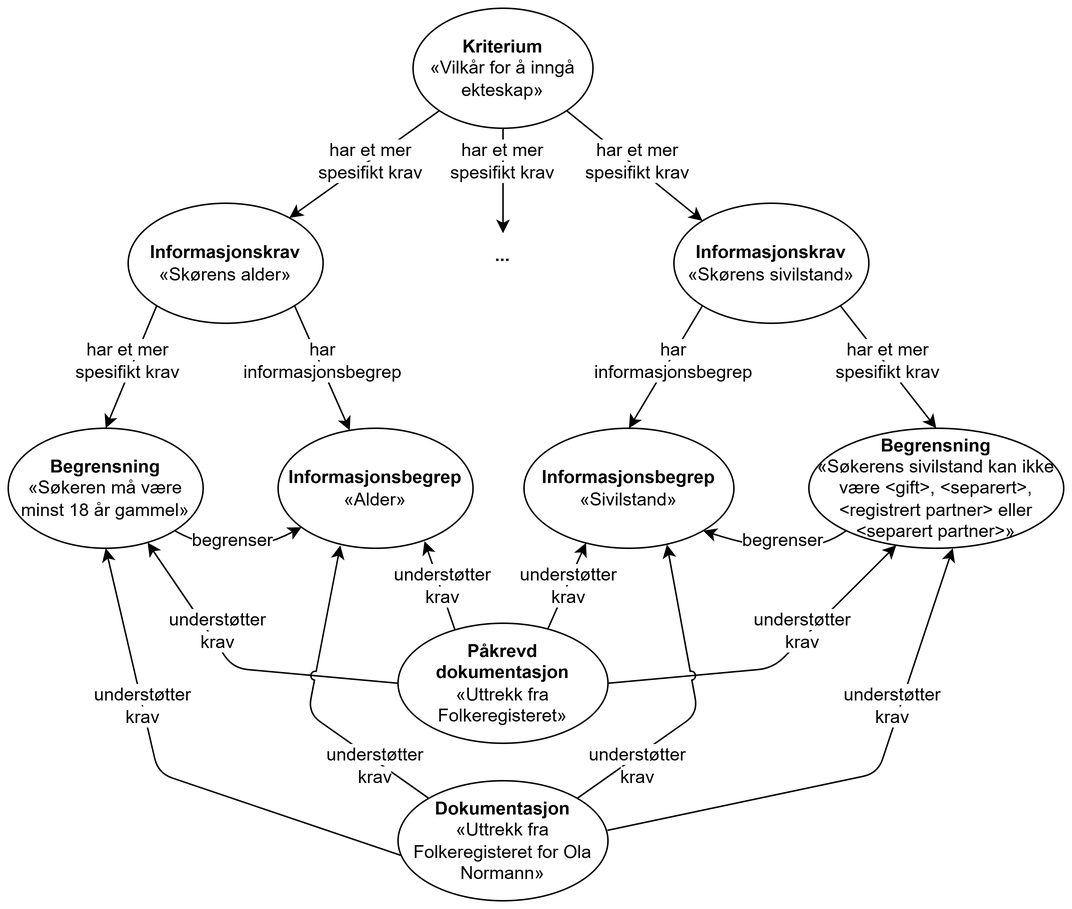
The draw.io diagram docs/images/Figur-eksempelbruk-kravsklassene.png in Informasjonsforvaltning/cccev-ap-no, before a commit. Source tidied: cells renumbered, new cells last; positions are measured from the earlier drawing's top-left corner, leaving out a move shared by most shapes.
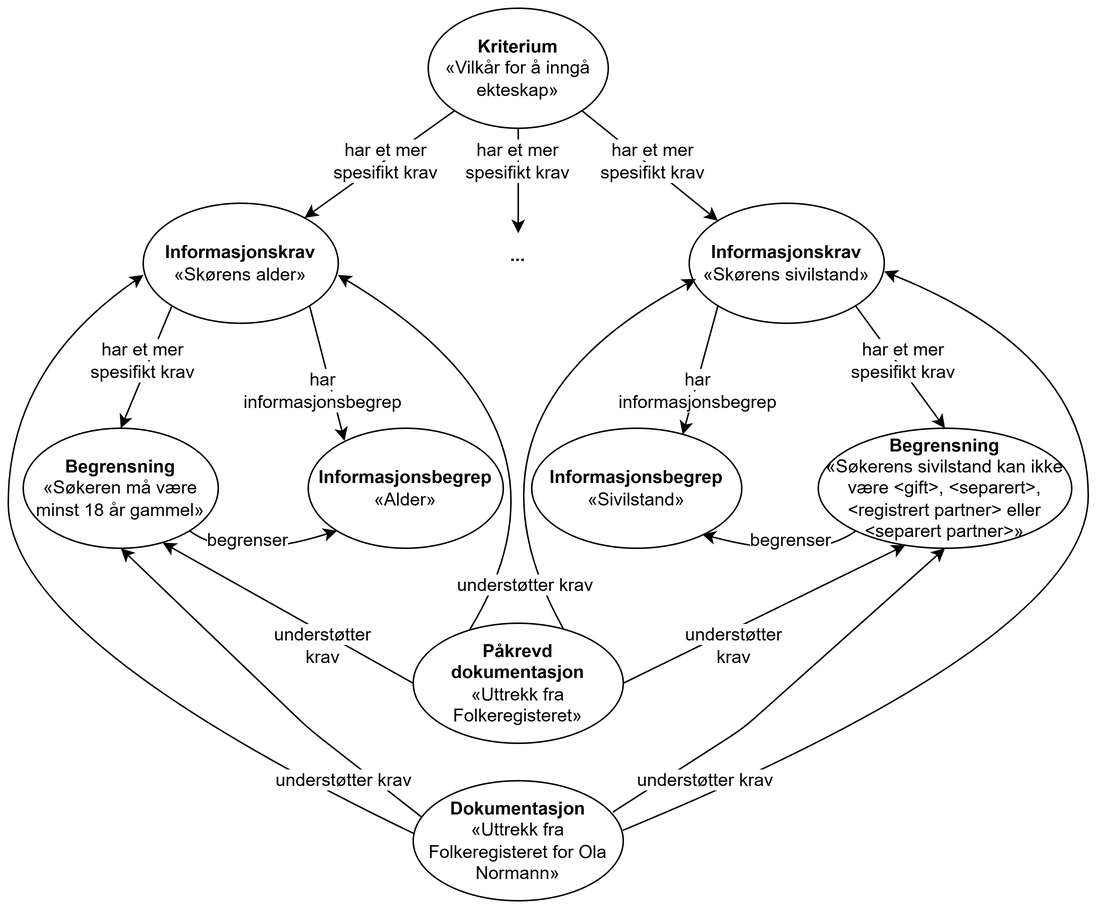
Above is the later version.

Commit message:
oppdatering kap. 2 og figur-eksempelbruk

The edit, as a diff of the source:
```diff
@@ -15,13 +15,13 @@
       <mxGeometry y="280" width="130" height="80" as="geometry" />
     </mxCell>
     <mxCell id="6" value="&lt;b&gt;Informasjonsbegrep&lt;/b&gt;&lt;div&gt;«Alder»&lt;/div&gt;" style="ellipse;whiteSpace=wrap;html=1;" parent="1" vertex="1">
-      <mxGeometry x="180" y="280" width="130" height="80" as="geometry" />
+      <mxGeometry x="190" y="280" width="130" height="80" as="geometry" />
     </mxCell>
     <mxCell id="7" value="&lt;b&gt;Informasjonsbegrep&lt;/b&gt;&lt;div&gt;«Sivilstand»&lt;/div&gt;" style="ellipse;whiteSpace=wrap;html=1;" parent="1" vertex="1">
-      <mxGeometry x="344" y="280" width="140" height="80" as="geometry" />
+      <mxGeometry x="339" y="280" width="140" height="80" as="geometry" />
     </mxCell>
     <mxCell id="8" value="&lt;b&gt;Begrensning&lt;/b&gt;&lt;div&gt;«Søkerens sivilstand kan ikke være &amp;lt;gift&amp;gt;, &amp;lt;separert&amp;gt;, &amp;lt;registrert partner&amp;gt; eller &amp;lt;separert partner&amp;gt;»&lt;/div&gt;" style="ellipse;whiteSpace=wrap;html=1;" parent="1" vertex="1">
-      <mxGeometry x="534" y="280" width="170" height="80" as="geometry" />
+      <mxGeometry x="530" y="280" width="169" height="80" as="geometry" />
     </mxCell>
     <mxCell id="9" style="endArrow=classic;html=1;rounded=0;exitX=0;exitY=1;exitDx=0;exitDy=0;" parent="1" edge="1" source="2" target="3">
       <mxGeometry relative="1" as="geometry" />
@@ -32,10 +32,10 @@
     <mxCell id="11" style="endArrow=classic;html=1;rounded=0;exitX=0;exitY=1;exitDx=0;exitDy=0;entryX=0.5;entryY=0;entryDx=0;entryDy=0;" parent="1" edge="1" source="3" target="5">
       <mxGeometry relative="1" as="geometry" />
     </mxCell>
-    <mxCell id="12" style="endArrow=classic;html=1;rounded=0;exitX=1;exitY=1;exitDx=0;exitDy=0;" parent="1" edge="1" source="3" target="6">
+    <mxCell id="12" style="endArrow=classic;html=1;rounded=0;exitX=1;exitY=1;exitDx=0;exitDy=0;entryX=0.186;entryY=0.105;entryDx=0;entryDy=0;entryPerimeter=0;" parent="1" edge="1" source="3" target="6">
       <mxGeometry relative="1" as="geometry" />
     </mxCell>
-    <mxCell id="13" style="endArrow=classic;html=1;rounded=0;entryX=0.5;entryY=0;entryDx=0;entryDy=0;exitX=0;exitY=1;exitDx=0;exitDy=0;" parent="1" edge="1" source="4" target="7">
+    <mxCell id="13" style="endArrow=classic;html=1;rounded=0;entryX=0.719;entryY=0.053;entryDx=0;entryDy=0;exitX=0;exitY=1;exitDx=0;exitDy=0;entryPerimeter=0;" parent="1" edge="1" source="4" target="7">
       <mxGeometry relative="1" as="geometry" />
     </mxCell>
     <mxCell id="14" style="endArrow=classic;html=1;rounded=0;entryX=0.5;entryY=0;entryDx=0;entryDy=0;exitX=1;exitY=1;exitDx=0;exitDy=0;" parent="1" edge="1" source="4" target="8">
@@ -63,22 +63,22 @@
       <mxGeometry x="547" y="220" width="80" height="30" as="geometry" />
     </mxCell>
     <mxCell id="22" value="&lt;span style=&quot;background-color: light-dark(#ffffff, var(--ge-dark-color, #121212));&quot;&gt;har informasjonsbegrep&lt;/span&gt;" style="text;html=1;whiteSpace=wrap;strokeColor=none;fillColor=none;align=center;verticalAlign=middle;rounded=0;" parent="1" vertex="1">
-      <mxGeometry x="170" y="220" width="80" height="30" as="geometry" />
+      <mxGeometry x="160" y="240" width="80" height="30" as="geometry" />
     </mxCell>
     <mxCell id="23" value="&lt;span style=&quot;background-color: light-dark(#ffffff, var(--ge-dark-color, #121212));&quot;&gt;har informasjonsbegrep&lt;/span&gt;" style="text;html=1;whiteSpace=wrap;strokeColor=none;fillColor=none;align=center;verticalAlign=middle;rounded=0;" parent="1" vertex="1">
-      <mxGeometry x="404" y="220" width="80" height="30" as="geometry" />
+      <mxGeometry x="410" y="240" width="80" height="30" as="geometry" />
     </mxCell>
-    <mxCell id="24" style="endArrow=classic;html=1;rounded=0;exitX=1;exitY=1;exitDx=0;exitDy=0;curved=1;" parent="1" edge="1" source="5" target="6">
+    <mxCell id="24" style="endArrow=classic;html=1;rounded=0;exitX=1;exitY=1;exitDx=0;exitDy=0;curved=1;entryX=0;entryY=1;entryDx=0;entryDy=0;" parent="1" edge="1" source="5" target="6">
       <mxGeometry relative="1" as="geometry">
         <Array as="points">
-          <mxPoint x="150" y="370" />
+          <mxPoint x="140" y="370" />
         </Array>
       </mxGeometry>
     </mxCell>
-    <mxCell id="25" style="endArrow=classic;html=1;rounded=0;exitX=0;exitY=1;exitDx=0;exitDy=0;entryX=1;entryY=1;entryDx=0;entryDy=0;curved=1;" parent="1" edge="1" source="8" target="7">
+    <mxCell id="25" style="endArrow=classic;html=1;rounded=0;exitX=0;exitY=1;exitDx=0;exitDy=0;curved=1;entryX=0.811;entryY=0.883;entryDx=0;entryDy=0;entryPerimeter=0;" parent="1" edge="1" source="8" target="7">
       <mxGeometry relative="1" as="geometry">
         <Array as="points">
-          <mxPoint x="530" y="370" />
+          <mxPoint x="525" y="370" />
         </Array>
       </mxGeometry>
     </mxCell>
@@ -86,7 +86,7 @@
       <mxGeometry x="120" y="340" width="60" height="30" as="geometry" />
     </mxCell>
     <mxCell id="27" value="&lt;span style=&quot;background-color: light-dark(#ffffff, var(--ge-dark-color, #121212));&quot;&gt;begrenser&lt;/span&gt;" style="text;html=1;whiteSpace=wrap;strokeColor=none;fillColor=none;align=center;verticalAlign=middle;rounded=0;" parent="1" vertex="1">
-      <mxGeometry x="487" y="340" width="60" height="30" as="geometry" />
+      <mxGeometry x="482" y="340" width="60" height="30" as="geometry" />
     </mxCell>
     <mxCell id="28" value="&lt;b&gt;Dokumentasjon&lt;/b&gt;&lt;div&gt;«Uttrekk fra Folkeregisteret for Ola Normann»&lt;/div&gt;" style="ellipse;whiteSpace=wrap;html=1;" parent="1" vertex="1">
       <mxGeometry x="260" y="515" width="140" height="80" as="geometry" />
@@ -94,81 +94,72 @@
     <mxCell id="29" value="&lt;b&gt;Påkrevd dokumentasjon&lt;/b&gt;&lt;div&gt;«Uttrekk fra Folkeregisteret»&lt;/div&gt;" style="ellipse;whiteSpace=wrap;html=1;" parent="1" vertex="1">
       <mxGeometry x="260" y="410" width="140" height="80" as="geometry" />
     </mxCell>
-    <mxCell id="30" style="endArrow=classic;html=1;rounded=0;entryX=0.751;entryY=0.941;entryDx=0;entryDy=0;entryPerimeter=0;exitX=0.27;exitY=0.05;exitDx=0;exitDy=0;exitPerimeter=0;" parent="1" edge="1" source="29" target="6">
-      <mxGeometry relative="1" as="geometry" />
+    <mxCell id="30" style="endArrow=classic;html=1;rounded=0;entryX=0.998;entryY=0.597;entryDx=0;entryDy=0;entryPerimeter=0;exitX=0.27;exitY=0.05;exitDx=0;exitDy=0;exitPerimeter=0;curved=1;" parent="1" edge="1" source="29" target="3">
+      <mxGeometry relative="1" as="geometry">
+        <Array as="points">
+          <mxPoint x="380" y="280" />
+        </Array>
+      </mxGeometry>
     </mxCell>
-    <mxCell id="31" style="endArrow=classic;html=1;rounded=0;entryX=0.304;entryY=0.94;entryDx=0;entryDy=0;entryPerimeter=0;exitX=0.723;exitY=0.029;exitDx=0;exitDy=0;exitPerimeter=0;" parent="1" edge="1">
+    <mxCell id="31" style="endArrow=classic;html=1;rounded=0;entryX=0.034;entryY=0.631;entryDx=0;entryDy=0;entryPerimeter=0;exitX=0.723;exitY=0.029;exitDx=0;exitDy=0;exitPerimeter=0;curved=1;" parent="1" edge="1" target="4">
       <mxGeometry relative="1" as="geometry">
         <mxPoint x="360" y="413.6" as="sourcePoint" />
-        <mxPoint x="385.3" y="356.4" as="targetPoint" />
+        <Array as="points">
+          <mxPoint x="280" y="270" />
+        </Array>
       </mxGeometry>
     </mxCell>
     <mxCell id="32" style="endArrow=classic;html=1;rounded=1;entryX=0.343;entryY=0.975;entryDx=0;entryDy=0;entryPerimeter=0;exitX=1;exitY=0.5;exitDx=0;exitDy=0;curved=0;" parent="1" edge="1" source="29" target="8">
-      <mxGeometry relative="1" as="geometry">
-        <Array as="points">
-          <mxPoint x="510" y="440" />
-        </Array>
-      </mxGeometry>
+      <mxGeometry relative="1" as="geometry" />
     </mxCell>
     <mxCell id="33" style="endArrow=classic;html=1;rounded=1;exitX=0;exitY=0.5;exitDx=0;exitDy=0;entryX=0.715;entryY=0.953;entryDx=0;entryDy=0;entryPerimeter=0;curved=0;" parent="1" edge="1" source="29" target="5">
-      <mxGeometry relative="1" as="geometry">
-        <Array as="points">
-          <mxPoint x="150" y="440" />
-        </Array>
-      </mxGeometry>
+      <mxGeometry relative="1" as="geometry" />
     </mxCell>
-    <mxCell id="34" style="endArrow=classic;html=1;rounded=1;exitX=0.998;exitY=0.413;exitDx=0;exitDy=0;exitPerimeter=0;curved=0;" parent="1" edge="1" source="28">
+    <mxCell id="34" style="endArrow=classic;html=1;rounded=0;exitX=0.998;exitY=0.413;exitDx=0;exitDy=0;exitPerimeter=0;curved=1;entryX=0.999;entryY=0.568;entryDx=0;entryDy=0;entryPerimeter=0;" parent="1" edge="1" source="28" target="4">
       <mxGeometry relative="1" as="geometry">
-        <mxPoint x="630" y="360" as="targetPoint" />
         <Array as="points">
-          <mxPoint x="580" y="510" />
+          <mxPoint x="710" y="420" />
+          <mxPoint x="710" y="230" />
         </Array>
       </mxGeometry>
     </mxCell>
-    <mxCell id="35" style="endArrow=classic;html=1;rounded=1;exitX=0.012;exitY=0.621;exitDx=0;exitDy=0;exitPerimeter=0;entryX=0.5;entryY=1;entryDx=0;entryDy=0;curved=0;" parent="1" edge="1" source="28" target="5">
+    <mxCell id="35" style="endArrow=classic;html=1;rounded=0;curved=1;entryX=0.001;entryY=0.597;entryDx=0;entryDy=0;entryPerimeter=0;" parent="1" edge="1" target="3">
       <mxGeometry relative="1" as="geometry">
+        <mxPoint x="260" y="550" as="sourcePoint" />
         <Array as="points">
-          <mxPoint x="100" y="510" />
+          <mxPoint x="-10" y="420" />
+          <mxPoint x="-10" y="240" />
         </Array>
       </mxGeometry>
     </mxCell>
-    <mxCell id="36" style="endArrow=classic;html=1;rounded=1;exitX=0;exitY=0;exitDx=0;exitDy=0;curved=0;entryX=0.319;entryY=0.977;entryDx=0;entryDy=0;entryPerimeter=0;jumpStyle=arc;" parent="1" edge="1" source="28" target="6">
-      <mxGeometry relative="1" as="geometry">
-        <Array as="points">
-          <mxPoint x="200" y="470" />
-        </Array>
-      </mxGeometry>
-    </mxCell>
-    <mxCell id="37" style="endArrow=classic;html=1;rounded=1;entryX=0.681;entryY=0.969;entryDx=0;entryDy=0;entryPerimeter=0;exitX=1;exitY=0;exitDx=0;exitDy=0;curved=0;jumpStyle=arc;" parent="1" edge="1" source="28" target="7">
-      <mxGeometry relative="1" as="geometry">
-        <Array as="points">
-          <mxPoint x="460" y="470" />
-        </Array>
-      </mxGeometry>
-    </mxCell>
-    <mxCell id="38" value="&lt;span style=&quot;background-color: light-dark(#ffffff, var(--ge-dark-color, #121212));&quot;&gt;understøtter krav&lt;/span&gt;" style="text;html=1;whiteSpace=wrap;strokeColor=none;fillColor=none;align=center;verticalAlign=middle;rounded=0;" parent="1" vertex="1">
-      <mxGeometry x="560" y="450" width="60" height="30" as="geometry" />
-    </mxCell>
     <mxCell id="39" value="&lt;span style=&quot;background-color: light-dark(#ffffff, var(--ge-dark-color, #121212));&quot;&gt;understøtter krav&lt;/span&gt;" style="text;html=1;whiteSpace=wrap;strokeColor=none;fillColor=none;align=center;verticalAlign=middle;rounded=0;" parent="1" vertex="1">
-      <mxGeometry x="500" y="400" width="60" height="30" as="geometry" />
+      <mxGeometry x="170" y="410" width="60" height="30" as="geometry" />
     </mxCell>
     <mxCell id="40" value="&lt;span style=&quot;background-color: light-dark(#ffffff, var(--ge-dark-color, #121212));&quot;&gt;understøtter krav&lt;/span&gt;" style="text;html=1;whiteSpace=wrap;strokeColor=none;fillColor=none;align=center;verticalAlign=middle;rounded=0;" parent="1" vertex="1">
-      <mxGeometry x="344" y="370" width="60" height="30" as="geometry" />
+      <mxGeometry x="280" y="370" width="110" height="30" as="geometry" />
     </mxCell>
-    <mxCell id="41" value="&lt;span style=&quot;background-color: light-dark(#ffffff, var(--ge-dark-color, #121212));&quot;&gt;understøtter krav&lt;/span&gt;" style="text;html=1;whiteSpace=wrap;strokeColor=none;fillColor=none;align=center;verticalAlign=middle;rounded=0;" parent="1" vertex="1">
-      <mxGeometry x="260" y="370" width="60" height="30" as="geometry" />
-    </mxCell>
+    <mxCell id="45" value="&lt;span style=&quot;background-color: light-dark(#ffffff, var(--ge-dark-color, #121212));&quot;&gt;understøtter krav&lt;/span&gt;" style="text;html=1;whiteSpace=wrap;strokeColor=none;fillColor=none;align=center;verticalAlign=middle;rounded=0;" parent="1" vertex="1">
+      <mxGeometry x="444" y="410" width="60" height="30" as="geometry" />
+    </mxCell>
+    <mxCell id="37" style="endArrow=classic;html=1;rounded=1;entryX=0.5;entryY=1;entryDx=0;entryDy=0;exitX=0.951;exitY=0.261;exitDx=0;exitDy=0;curved=0;jumpStyle=none;exitPerimeter=0;" parent="1" edge="1" source="28" target="8">
+      <mxGeometry relative="1" as="geometry">
+        <Array as="points">
+          <mxPoint x="480" y="480" />
+        </Array>
+      </mxGeometry>
+    </mxCell>
+    <mxCell id="36" style="endArrow=classic;html=1;rounded=1;exitX=0.038;exitY=0.3;exitDx=0;exitDy=0;curved=0;entryX=0.5;entryY=1;entryDx=0;entryDy=0;jumpStyle=none;exitPerimeter=0;" parent="1" edge="1" source="28" target="5">
+      <mxGeometry relative="1" as="geometry">
+        <Array as="points">
+          <mxPoint x="190" y="480" />
+        </Array>
+      </mxGeometry>
+    </mxCell>
+    <mxCell id="44" value="&lt;span style=&quot;background-color: light-dark(#ffffff, var(--ge-dark-color, #121212));&quot;&gt;understøtter krav&lt;/span&gt;" style="text;html=1;whiteSpace=wrap;strokeColor=none;fillColor=none;align=center;verticalAlign=middle;rounded=0;" parent="1" vertex="1">
+      <mxGeometry x="400" y="500" width="110" height="30" as="geometry" />
+    </mxCell>
     <mxCell id="42" value="&lt;span style=&quot;background-color: light-dark(#ffffff, var(--ge-dark-color, #121212));&quot;&gt;understøtter krav&lt;/span&gt;" style="text;html=1;whiteSpace=wrap;strokeColor=none;fillColor=none;align=center;verticalAlign=middle;rounded=0;" parent="1" vertex="1">
-      <mxGeometry x="60" y="450" width="60" height="30" as="geometry" />
+      <mxGeometry x="160" y="500" width="107.5" height="30" as="geometry" />
     </mxCell>
-    <mxCell id="43" value="&lt;span style=&quot;background-color: light-dark(#ffffff, var(--ge-dark-color, #121212));&quot;&gt;understøtter krav&lt;/span&gt;" style="text;html=1;whiteSpace=wrap;strokeColor=none;fillColor=none;align=center;verticalAlign=middle;rounded=0;" parent="1" vertex="1">
-      <mxGeometry x="215" y="490" width="60" height="30" as="geometry" />
-    </mxCell>
-    <mxCell id="44" value="&lt;span style=&quot;background-color: light-dark(#ffffff, var(--ge-dark-color, #121212));&quot;&gt;understøtter krav&lt;/span&gt;" style="text;html=1;whiteSpace=wrap;strokeColor=none;fillColor=none;align=center;verticalAlign=middle;rounded=0;" parent="1" vertex="1">
-      <mxGeometry x="390" y="490" width="60" height="30" as="geometry" />
-    </mxCell>
-    <mxCell id="45" value="&lt;span style=&quot;background-color: light-dark(#ffffff, var(--ge-dark-color, #121212));&quot;&gt;understøtter krav&lt;/span&gt;" style="text;html=1;whiteSpace=wrap;strokeColor=none;fillColor=none;align=center;verticalAlign=middle;rounded=0;" parent="1" vertex="1">
-      <mxGeometry x="110" y="400" width="60" height="30" as="geometry" />
-    </mxCell>
   </root>
 </mxGraphModel>
```
